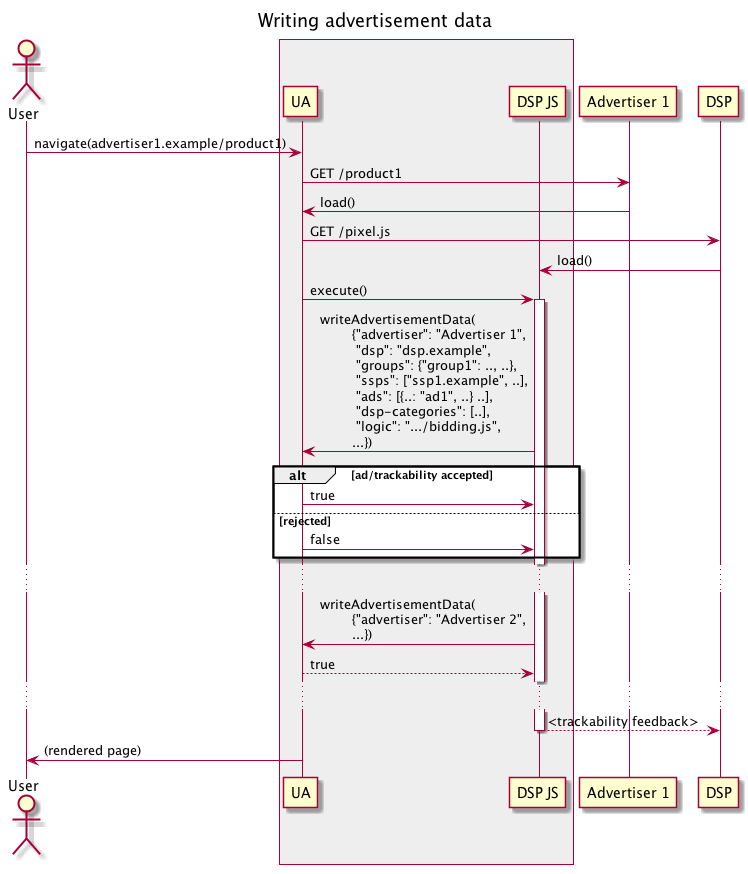
Earlier version of the PlantUML export assets/TERN/img/1_write_adv_data.png (WICG/turtledove). Its source is kept beside it as assets/TERN/1_write_adv_data.plantuml. Its diagram source:
```plantuml
@startuml

title Writing advertisement data

actor "User" as user
box #eeeeee
participant "UA" as ua
participant "DSP JS" as pixel
end box
participant "Advertiser 1" as advertiser1
participant "DSP" as dsp

user -> ua : navigate(advertiser1.example/product1)
ua -> advertiser1 : GET /product1
advertiser1 -> ua : load()
ua -> dsp : GET /pixel.js
dsp -> pixel : load()

ua -> pixel : execute()
activate pixel
pixel -> ua : writeAdvertisementData(\n        {"advertiser": "Advertiser 1",\n         "dsp": "dsp.example",\n         "groups": {"group1": .., ..},\n         "ssps": ["ssp1.example", ..],\n         "ads": [{..: "ad1", ..} ..],\n         "dsp-categories": [..],\n         "logic": ".../bidding.js",\n        ...})
alt ad/trackability accepted
 ua -> pixel : true
else rejected
 ua -> pixel : false
end
...
pixel -> ua : writeAdvertisementData(\n        {"advertiser": "Advertiser 2",\n        ...})
ua --> pixel : true
...
pixel --> dsp : <trackability feedback>
deactivate pixel

ua -> user : (rendered page)

@enduml
```
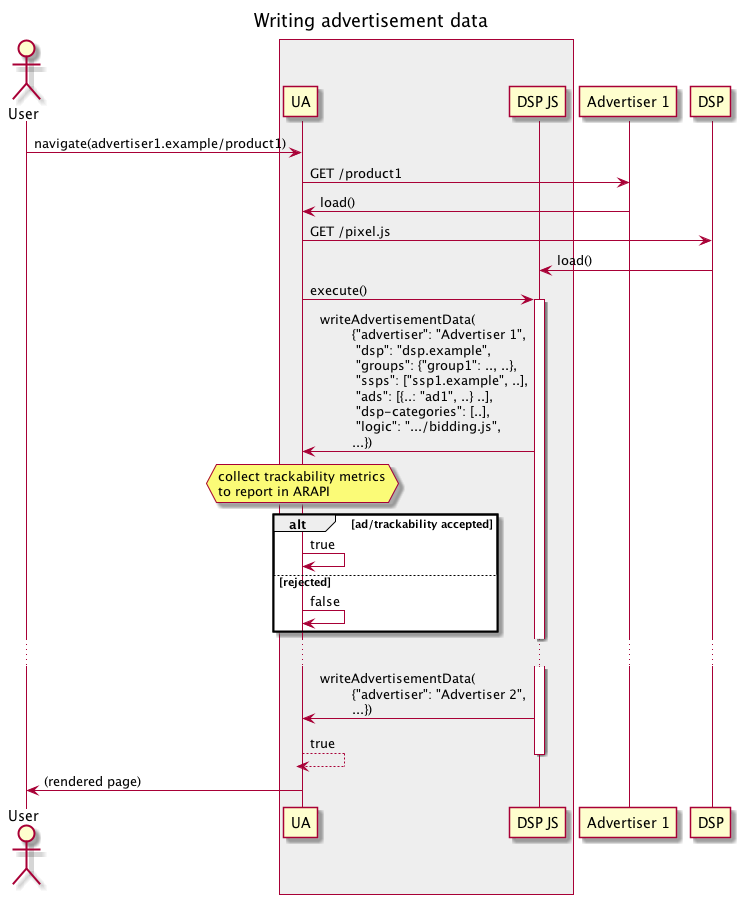
After the commit.

Diff of the diagram source:
```diff
@@ -19,16 +19,20 @@
 ua -> pixel : execute()
 activate pixel
 pixel -> ua : writeAdvertisementData(\n        {"advertiser": "Advertiser 1",\n         "dsp": "dsp.example",\n         "groups": {"group1": .., ..},\n         "ssps": ["ssp1.example", ..],\n         "ads": [{..: "ad1", ..} ..],\n         "dsp-categories": [..],\n         "logic": ".../bidding.js",\n        ...})
+
+hnote over ua
+collect trackability metrics
+to report in ARAPI
+end note
 alt ad/trackability accepted
- ua -> pixel : true
+ ua -> ua : true
 else rejected
- ua -> pixel : false
+ ua -> ua : false
 end
 ...
 pixel -> ua : writeAdvertisementData(\n        {"advertiser": "Advertiser 2",\n        ...})
-ua --> pixel : true
-...
-pixel --> dsp : <trackability feedback>
+ua --> ua : true
+
 deactivate pixel
 
 ua -> user : (rendered page)
```
